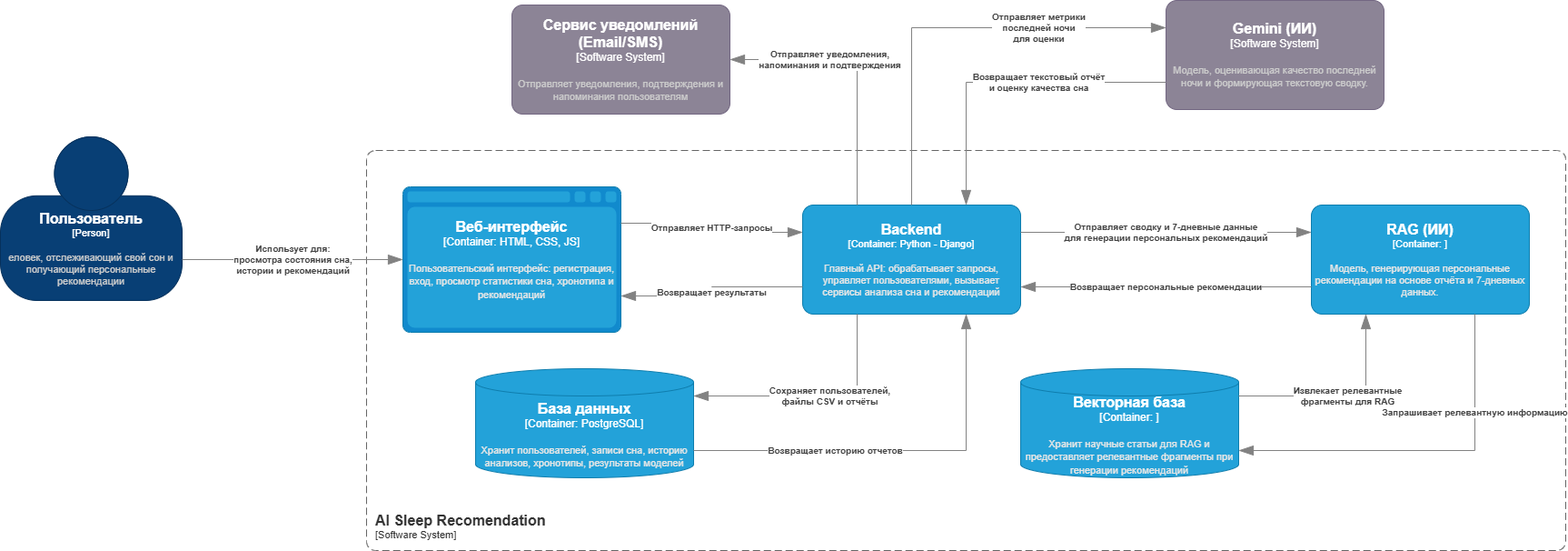
This is docs/architecture/assets/c2_actual.png from vstu-sii/bachelor-2025-team-horns_and_hooves, a draw.io export, as it was before one commit. Source tidied: cells renumbered, new cells last; positions are measured from the earlier drawing's top-left corner, leaving out a move shared by most shapes.
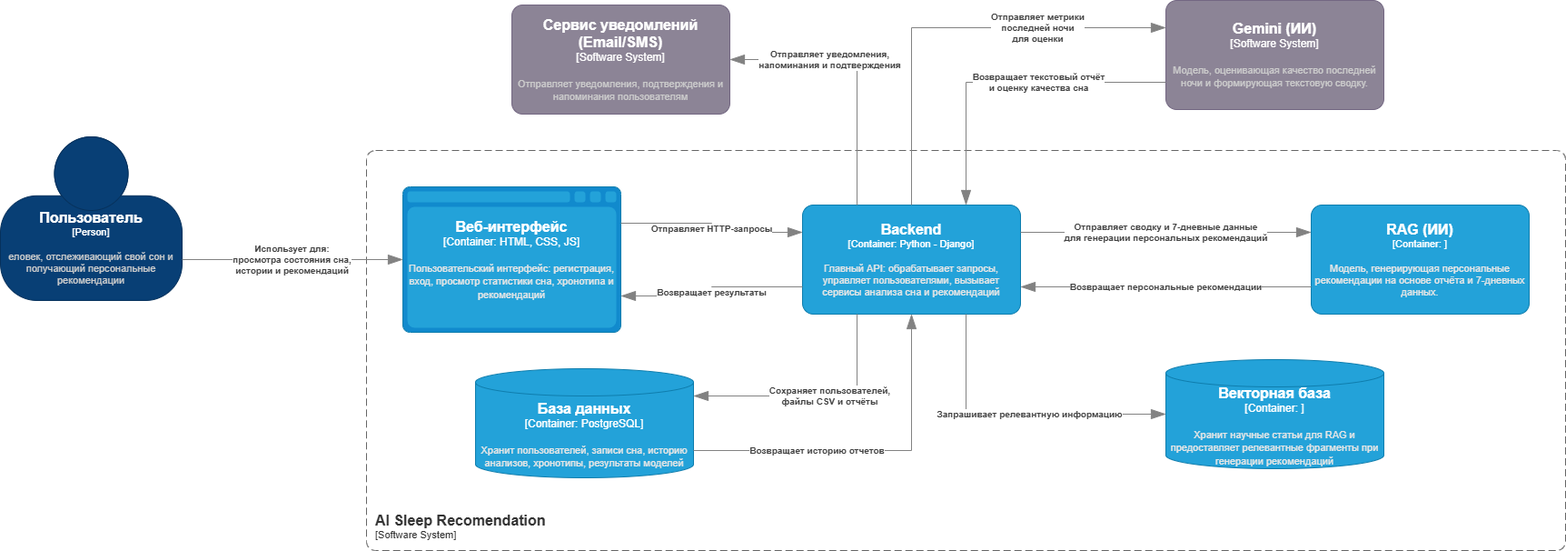
Above is the later version.

What changed in the source:
```diff
@@ -29,7 +29,7 @@
     </object>
     <object id="7" label="&lt;font style=&quot;font-size: 16px&quot;&gt;&lt;b&gt;%c4Name%&lt;/b&gt;&lt;/font&gt;&lt;div&gt;[%c4Type%:&amp;nbsp;%c4Technology%]&lt;/div&gt;&lt;br&gt;&lt;div&gt;&lt;font style=&quot;font-size: 11px&quot;&gt;&lt;font color=&quot;#E6E6E6&quot;&gt;%c4Description%&lt;/font&gt;&lt;/div&gt;" c4Description="Хранит научные статьи для RAG и предоставляет релевантные фрагменты при генерации рекомендаций" c4Name="Векторная база" c4Technology="" c4Type="Container" placeholders="1">
       <mxCell style="shape=cylinder3;size=15;whiteSpace=wrap;html=1;boundedLbl=1;rounded=0;labelBackgroundColor=none;fillColor=#23A2D9;fontSize=12;fontColor=#ffffff;align=center;strokeColor=#0E7DAD;points=[[0.5,0,0],[1,0.25,0],[1,0.5,0],[1,0.75,0],[0.5,1,0],[0,0.75,0],[0,0.5,0],[0,0.25,0]];fontFamily=Helvetica;" parent="1" vertex="1">
-        <mxGeometry x="1123" y="405" width="240" height="120" as="geometry" />
+        <mxGeometry x="1283" y="395" width="240" height="120" as="geometry" />
       </mxCell>
     </object>
     <object id="8" label="&lt;font style=&quot;font-size: 16px&quot;&gt;&lt;b&gt;%c4Name%&lt;/b&gt;&lt;/font&gt;&lt;div&gt;[%c4Type%:&amp;nbsp;%c4Technology%]&lt;/div&gt;&lt;br&gt;&lt;div&gt;&lt;font style=&quot;font-size: 11px&quot;&gt;&lt;font color=&quot;#E6E6E6&quot;&gt;%c4Description%&lt;/font&gt;&lt;/div&gt;" c4Description="Хранит пользователей, записи сна, историю анализов, хронотипы, результаты моделей" c4Name="База данных" c4Technology="PostgreSQL" c4Type="Container" placeholders="1">
@@ -83,7 +83,7 @@
       </mxCell>
     </object>
     <object id="18" label="&lt;div style=&quot;text-align: left&quot;&gt;&lt;div style=&quot;text-align: center&quot;&gt;&lt;b&gt;%c4Description%&lt;/b&gt;&lt;/div&gt;" c4Description="Возвращает историю отчетов" c4Type="Relationship" placeholders="1">
-      <mxCell style="endArrow=blockThin;html=1;fontSize=10;fontColor=#404040;strokeWidth=1;endFill=1;strokeColor=#828282;elbow=vertical;endSize=14;startSize=14;jumpStyle=arc;jumpSize=16;rounded=0;edgeStyle=orthogonalEdgeStyle;exitX=1;exitY=0.75;exitDx=0;exitDy=0;exitPerimeter=0;entryX=0.75;entryY=1;entryDx=0;entryDy=0;entryPerimeter=0;" parent="1" edge="1" source="8" target="10">
+      <mxCell style="endArrow=blockThin;html=1;fontSize=10;fontColor=#404040;strokeWidth=1;endFill=1;strokeColor=#828282;elbow=vertical;endSize=14;startSize=14;jumpStyle=arc;jumpSize=16;rounded=0;edgeStyle=orthogonalEdgeStyle;exitX=1;exitY=0.75;exitDx=0;exitDy=0;exitPerimeter=0;entryX=0.5;entryY=1;entryDx=0;entryDy=0;entryPerimeter=0;" parent="1" edge="1" source="8" target="10">
         <mxGeometry x="-0.31" relative="1" as="geometry" />
       </mxCell>
     </object>
@@ -98,18 +98,9 @@
       </mxCell>
     </object>
     <object id="21" label="&lt;div style=&quot;text-align: left&quot;&gt;&lt;div style=&quot;text-align: center&quot;&gt;&lt;b&gt;%c4Description%&lt;/b&gt;&lt;/div&gt;" c4Description="Запрашивает релевантную информацию" c4Type="Relationship" placeholders="1">
-      <mxCell style="endArrow=blockThin;html=1;fontSize=10;fontColor=#404040;strokeWidth=1;endFill=1;strokeColor=#828282;elbow=vertical;endSize=14;startSize=14;jumpStyle=arc;jumpSize=16;rounded=0;edgeStyle=orthogonalEdgeStyle;exitX=0.75;exitY=1;exitDx=0;exitDy=0;exitPerimeter=0;entryX=1;entryY=0.75;entryDx=0;entryDy=0;entryPerimeter=0;" parent="1" edge="1" source="9" target="7">
-        <mxGeometry x="-0.47" relative="1" as="geometry">
-          <Array as="points">
-            <mxPoint x="1623" y="495" />
-          </Array>
-        </mxGeometry>
+      <mxCell style="endArrow=blockThin;html=1;fontSize=10;fontColor=#404040;strokeWidth=1;endFill=1;strokeColor=#828282;elbow=vertical;endSize=14;startSize=14;jumpStyle=arc;jumpSize=16;rounded=0;edgeStyle=orthogonalEdgeStyle;entryX=0;entryY=0.5;entryDx=0;entryDy=0;entryPerimeter=0;exitX=0.75;exitY=1;exitDx=0;exitDy=0;exitPerimeter=0;" parent="1" edge="1" source="10" target="7">
+        <mxGeometry x="0.09" relative="1" as="geometry" />
       </mxCell>
     </object>
-    <object id="22" label="&lt;div style=&quot;text-align: left&quot;&gt;&lt;div style=&quot;text-align: center&quot;&gt;&lt;b&gt;%c4Description%&lt;/b&gt;&lt;/div&gt;" c4Description="Извлекает релевантные &#10;фрагменты для RAG" c4Type="Relationship" placeholders="1">
-      <mxCell style="endArrow=blockThin;html=1;fontSize=10;fontColor=#404040;strokeWidth=1;endFill=1;strokeColor=#828282;elbow=vertical;endSize=14;startSize=14;jumpStyle=arc;jumpSize=16;rounded=0;edgeStyle=orthogonalEdgeStyle;entryX=0.25;entryY=1;entryDx=0;entryDy=0;entryPerimeter=0;exitX=1;exitY=0.25;exitDx=0;exitDy=0;exitPerimeter=0;" parent="1" edge="1" source="7" target="9">
-        <mxGeometry x="0.04" relative="1" as="geometry" />
-      </mxCell>
-    </object>
   </root>
 </mxGraphModel>
```
